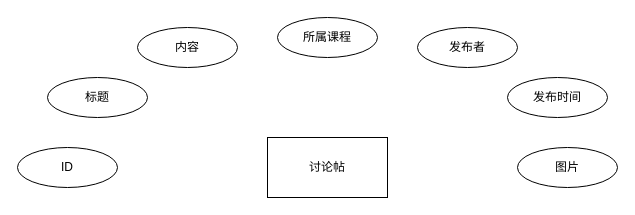
The draw.io diagram 讨论帖实体属性.drawio in YuChenLiao/UML, before the edit. Source tidied: cells renumbered, new cells numbered last; positions are measured from the earlier drawing's top-left corner, leaving out a move shared by most shapes. Both pictures are drawn from the tidied source at 100%, with x=0, y=0 at pixel (17, 17).
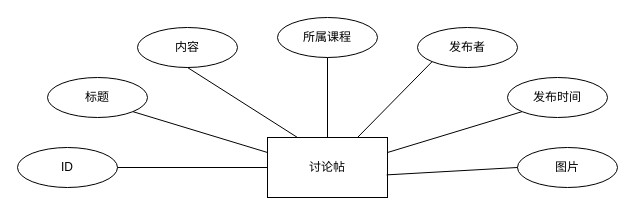
The same diagram, later.

Commit message (it also covers changes not shown here):
更新讨论帖实体属性.drawio

What changed in the source:
```diff
@@
 <mxGraphModel>
   <root>
     <mxCell id="0" />
     <mxCell id="1" parent="0" />
     <mxCell id="2" value="讨论帖" style="rounded=0;whiteSpace=wrap;html=1;" parent="1" vertex="1">
       <mxGeometry x="250" y="120" width="120" height="60" as="geometry" />
     </mxCell>
     <mxCell id="3" value="ID" style="ellipse;whiteSpace=wrap;html=1;align=center;" parent="1" vertex="1">
       <mxGeometry y="130" width="100" height="40" as="geometry" />
     </mxCell>
     <mxCell id="4" value="标题" style="ellipse;whiteSpace=wrap;html=1;align=center;" parent="1" vertex="1">
       <mxGeometry x="30" y="60" width="100" height="40" as="geometry" />
     </mxCell>
     <mxCell id="5" value="内容" style="ellipse;whiteSpace=wrap;html=1;align=center;" parent="1" vertex="1">
       <mxGeometry x="120" y="10" width="100" height="40" as="geometry" />
     </mxCell>
     <mxCell id="6" value="所属课程" style="ellipse;whiteSpace=wrap;html=1;align=center;" parent="1" vertex="1">
       <mxGeometry x="260" width="100" height="40" as="geometry" />
     </mxCell>
     <mxCell id="7" value="发布者" style="ellipse;whiteSpace=wrap;html=1;align=center;" parent="1" vertex="1">
       <mxGeometry x="400" y="10" width="100" height="40" as="geometry" />
     </mxCell>
     <mxCell id="8" value="发布时间" style="ellipse;whiteSpace=wrap;html=1;align=center;" parent="1" vertex="1">
       <mxGeometry x="490" y="60" width="100" height="40" as="geometry" />
     </mxCell>
     <mxCell id="9" value="图片" style="ellipse;whiteSpace=wrap;html=1;align=center;" parent="1" vertex="1">
       <mxGeometry x="500" y="130" width="100" height="40" as="geometry" />
     </mxCell>
+    <mxCell id="10" style="endArrow=none;html=1;rounded=0;exitX=1;exitY=0.5;exitDx=0;exitDy=0;entryX=0;entryY=0.5;entryDx=0;entryDy=0;" parent="1" edge="1" source="3" target="2">
+      <mxGeometry relative="1" as="geometry" />
+    </mxCell>
+    <mxCell id="11" style="endArrow=none;html=1;rounded=0;exitX=1;exitY=1;exitDx=0;exitDy=0;entryX=0;entryY=0.25;entryDx=0;entryDy=0;" parent="1" edge="1" source="4" target="2">
+      <mxGeometry relative="1" as="geometry" />
+    </mxCell>
+    <mxCell id="12" style="endArrow=none;html=1;rounded=0;exitX=0.5;exitY=1;exitDx=0;exitDy=0;entryX=0.25;entryY=0;entryDx=0;entryDy=0;" parent="1" edge="1" source="5" target="2">
+      <mxGeometry relative="1" as="geometry" />
+    </mxCell>
+    <mxCell id="13" style="endArrow=none;html=1;rounded=0;exitX=0.5;exitY=1;exitDx=0;exitDy=0;entryX=0.5;entryY=0;entryDx=0;entryDy=0;" parent="1" edge="1" source="6" target="2">
+      <mxGeometry relative="1" as="geometry" />
+    </mxCell>
+    <mxCell id="14" style="endArrow=none;html=1;rounded=0;entryX=0;entryY=1;entryDx=0;entryDy=0;exitX=0.75;exitY=0;exitDx=0;exitDy=0;" parent="1" edge="1" source="2" target="7">
+      <mxGeometry relative="1" as="geometry" />
+    </mxCell>
+    <mxCell id="15" style="endArrow=none;html=1;rounded=0;exitX=1;exitY=0.25;exitDx=0;exitDy=0;entryX=0;entryY=1;entryDx=0;entryDy=0;" parent="1" edge="1" source="2" target="8">
+      <mxGeometry relative="1" as="geometry" />
+    </mxCell>
+    <mxCell id="16" style="endArrow=none;html=1;rounded=0;exitX=0.993;exitY=0.623;exitDx=0;exitDy=0;exitPerimeter=0;entryX=0;entryY=0.5;entryDx=0;entryDy=0;" parent="1" edge="1" source="2" target="9">
+      <mxGeometry relative="1" as="geometry" />
+    </mxCell>
   </root>
 </mxGraphModel>
```
